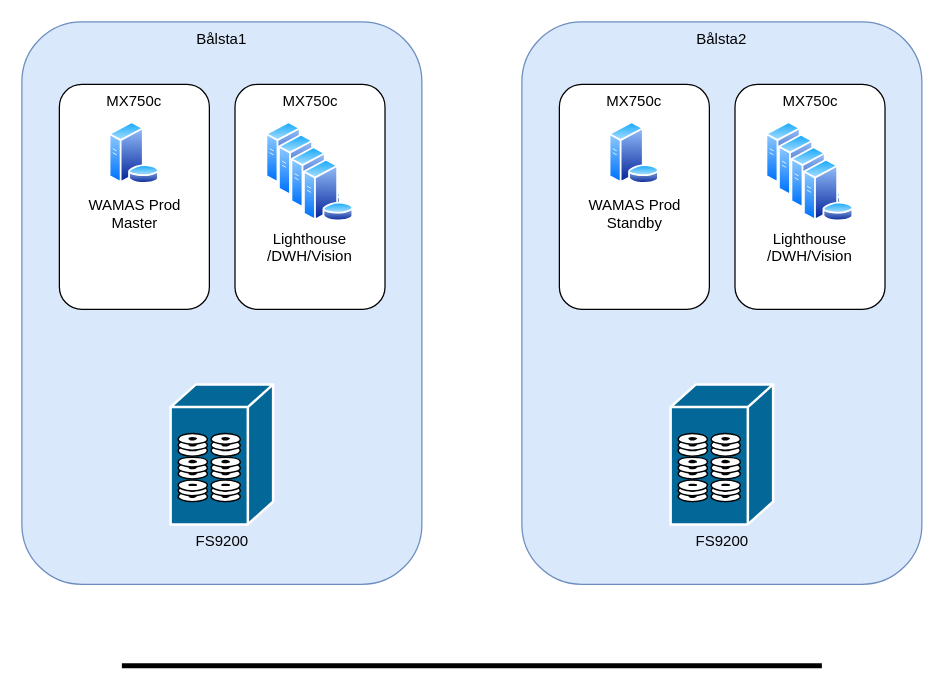
Above: overview.drawio in lhirdman/log4 (draw.io), before the change. Source tidied: cells renumbered, new cells numbered last; positions are measured from the earlier drawing's top-left corner, leaving out a move shared by most shapes. Both pictures are drawn from the tidied source at 125%, with x=0, y=0 at pixel (21, 21).
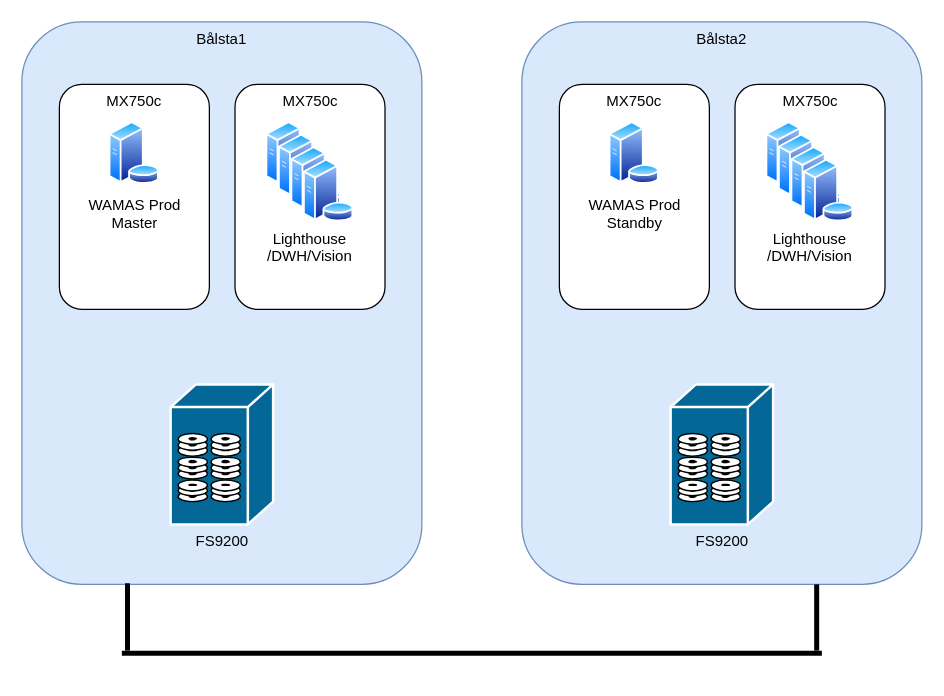
After the change.

Unchanged cells that the change refers to:
```xml
<mxCell id="2" value="Bålsta1" style="rounded=1;whiteSpace=wrap;html=1;fillColor=#dae8fc;strokeColor=#6c8ebf;verticalAlign=top;" parent="1" vertex="1">
  <mxGeometry width="320" height="450" as="geometry" />
</mxCell>
<mxCell id="12" value="Bålsta2" style="rounded=1;whiteSpace=wrap;html=1;fillColor=#dae8fc;strokeColor=#6c8ebf;verticalAlign=top;" parent="1" vertex="1">
  <mxGeometry x="400" width="320" height="450" as="geometry" />
</mxCell>
```

The edit, as a diff of the source:
```diff
@@
     <mxCell id="22" style="line;strokeWidth=4;html=1;perimeter=backbonePerimeter;points=[];outlineConnect=0;verticalAlign=bottom;" parent="1" vertex="1">
-      <mxGeometry x="80" y="510" width="560" height="10" as="geometry" />
+      <mxGeometry x="80" y="500" width="560" height="10" as="geometry" />
     </mxCell>
+    <mxCell id="23" style="html=1;rounded=0;entryX=0.264;entryY=0.998;entryDx=0;entryDy=0;entryPerimeter=0;fillColor=#fff2cc;strokeColor=#000000;strokeWidth=4;endArrow=none;endFill=0;" parent="1" edge="1" source="22" target="2">
+      <mxGeometry relative="1" as="geometry" />
+    </mxCell>
+    <mxCell id="24" style="html=1;rounded=0;fillColor=#fff2cc;strokeColor=#000000;strokeWidth=4;endArrow=none;endFill=0;entryX=0.737;entryY=1;entryDx=0;entryDy=0;entryPerimeter=0;" parent="1" edge="1" source="22" target="12">
+      <mxGeometry relative="1" as="geometry" />
+    </mxCell>
```
